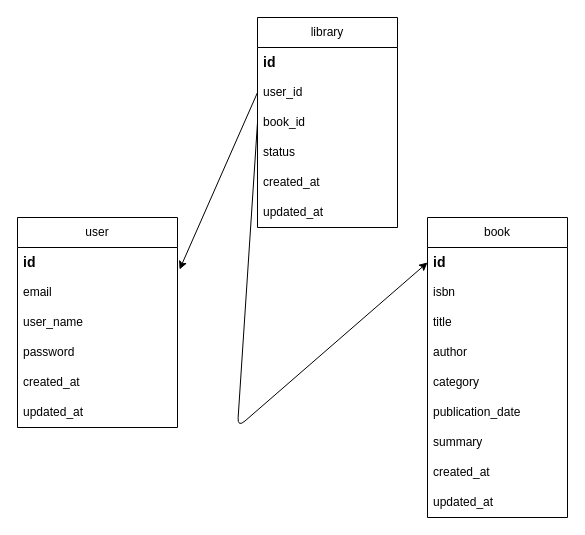
This is conception/BDD/mld.dio from NicholasDSLV/Projet-BlaBlaBook, a draw.io file, before an edit. Source tidied: cells renumbered, new cells numbered last; positions are measured from the earlier drawing's top-left corner, leaving out a move shared by most shapes. Both pictures are drawn from the tidied source at 100%, with x=0, y=0 at pixel (17, 17).
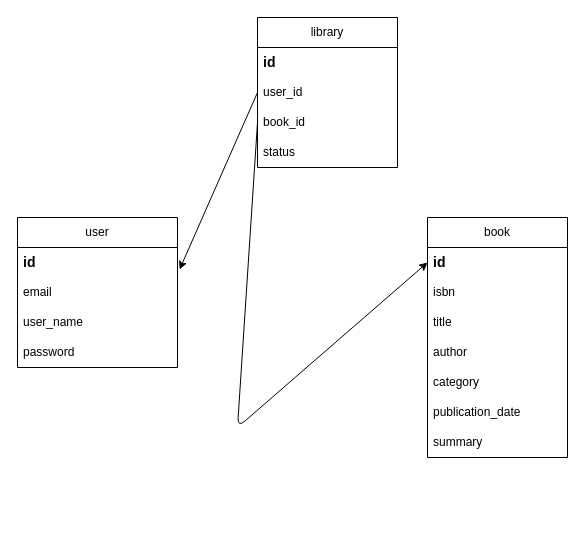
After the change.

The edit, as a diff of the source:
```diff
@@
     <mxCell id="2" value="user" style="swimlane;fontStyle=0;horizontal=1;startSize=30;whiteSpace=wrap;html=1;" parent="1" vertex="1">
-      <mxGeometry y="200" width="160" height="210" as="geometry" />
+      <mxGeometry y="200" width="160" height="150" as="geometry" />
     </mxCell>
@@
-    <mxCell id="7" value="created_at" style="text;strokeColor=none;fillColor=none;align=left;verticalAlign=middle;spacingLeft=4;spacingRight=4;overflow=hidden;whiteSpace=wrap;html=1;" parent="2" vertex="1">
-      <mxGeometry y="150" width="160" height="30" as="geometry" />
-    </mxCell>
-    <mxCell id="8" value="updated_at" style="text;strokeColor=none;fillColor=none;align=left;verticalAlign=middle;spacingLeft=4;spacingRight=4;overflow=hidden;whiteSpace=wrap;html=1;" parent="2" vertex="1">
-      <mxGeometry y="180" width="160" height="30" as="geometry" />
-    </mxCell>
     <mxCell id="9" value="book" style="swimlane;fontStyle=0;horizontal=1;startSize=30;whiteSpace=wrap;html=1;" parent="1" vertex="1">
-      <mxGeometry x="410" y="200" width="140" height="300" as="geometry" />
+      <mxGeometry x="410" y="200" width="140" height="240" as="geometry" />
     </mxCell>
@@
-    <mxCell id="17" value="created_at" style="text;strokeColor=none;fillColor=none;align=left;verticalAlign=middle;spacingLeft=4;spacingRight=4;overflow=hidden;whiteSpace=wrap;html=1;" parent="9" vertex="1">
-      <mxGeometry y="240" width="140" height="30" as="geometry" />
-    </mxCell>
-    <mxCell id="18" value="updated_at" style="text;strokeColor=none;fillColor=none;align=left;verticalAlign=middle;spacingLeft=4;spacingRight=4;overflow=hidden;whiteSpace=wrap;html=1;" parent="9" vertex="1">
-      <mxGeometry y="270" width="140" height="30" as="geometry" />
-    </mxCell>
     <mxCell id="19" value="library" style="swimlane;fontStyle=0;horizontal=1;startSize=30;whiteSpace=wrap;html=1;" parent="1" vertex="1">
-      <mxGeometry x="240" width="140" height="210" as="geometry" />
+      <mxGeometry x="240" width="140" height="150" as="geometry" />
     </mxCell>
@@
-    <mxCell id="24" value="created_at" style="text;strokeColor=none;fillColor=none;align=left;verticalAlign=middle;spacingLeft=4;spacingRight=4;overflow=hidden;whiteSpace=wrap;html=1;" parent="19" vertex="1">
-      <mxGeometry y="150" width="140" height="30" as="geometry" />
-    </mxCell>
-    <mxCell id="25" value="updated_at" style="text;strokeColor=none;fillColor=none;align=left;verticalAlign=middle;spacingLeft=4;spacingRight=4;overflow=hidden;whiteSpace=wrap;html=1;" parent="19" vertex="1">
-      <mxGeometry y="180" width="140" height="30" as="geometry" />
-    </mxCell>
```
